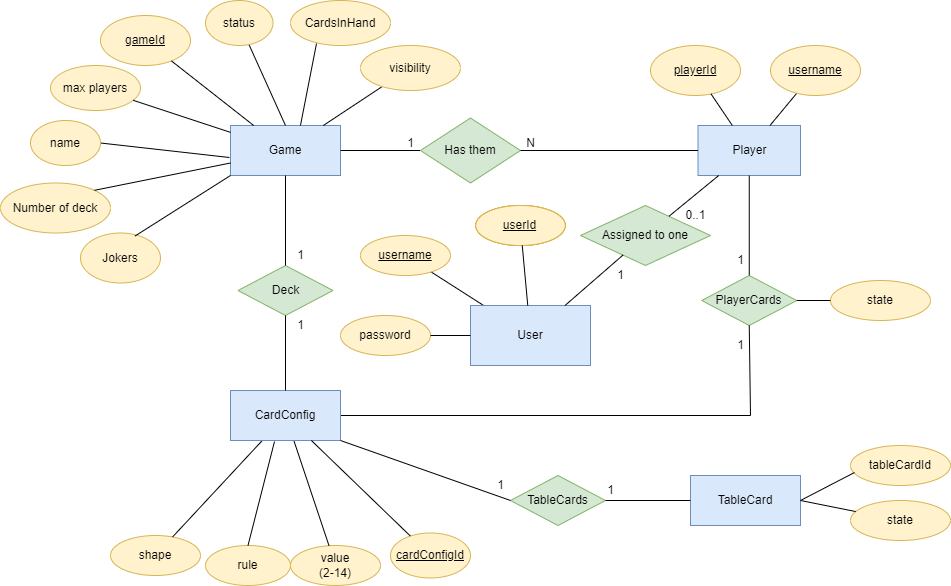
pintertamas/shed-backend keeps this draw.io diagram as docs/data_model_4.png. Above is the earlier version. Source tidied: cells renumbered, new cells last; positions are measured from the earlier drawing's top-left corner, leaving out a move shared by most shapes.
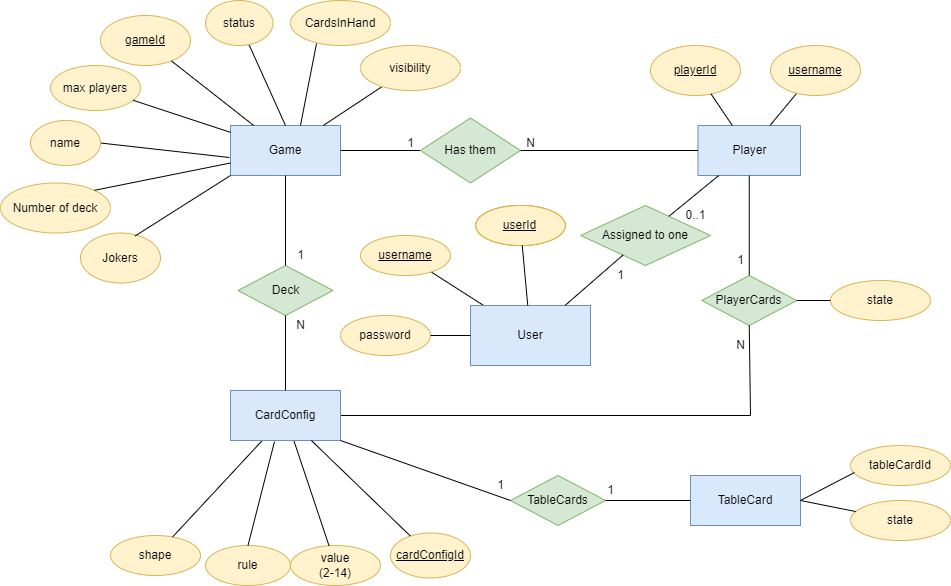
The same diagram one commit later.

Change to the diagram source:
```diff
@@ -102,7 +102,7 @@
     <mxCell id="33" value="1" style="text;html=1;align=center;verticalAlign=middle;strokeColor=none;fillColor=none;" parent="1" vertex="1">
       <mxGeometry x="730" y="250" width="20" height="20" as="geometry" />
     </mxCell>
-    <mxCell id="34" value="1" style="text;html=1;align=center;verticalAlign=middle;strokeColor=none;fillColor=none;" parent="1" vertex="1">
+    <mxCell id="34" value="N" style="text;html=1;align=center;verticalAlign=middle;strokeColor=none;fillColor=none;" parent="1" vertex="1">
       <mxGeometry x="730" y="335" width="20" height="20" as="geometry" />
     </mxCell>
     <mxCell id="35" style="endArrow=none;html=1;rounded=0;exitX=0.5;exitY=0;exitDx=0;exitDy=0;" parent="1" edge="1" source="10" target="36">
@@ -189,7 +189,7 @@
     <mxCell id="62" style="endArrow=none;html=1;rounded=0;entryX=0.5;entryY=1;entryDx=0;entryDy=0;" parent="1" edge="1" source="60" target="10">
       <mxGeometry relative="1" as="geometry" />
     </mxCell>
-    <mxCell id="63" value="1" style="text;html=1;align=center;verticalAlign=middle;strokeColor=none;fillColor=none;" parent="1" vertex="1">
+    <mxCell id="63" value="N" style="text;html=1;align=center;verticalAlign=middle;strokeColor=none;fillColor=none;" parent="1" vertex="1">
       <mxGeometry x="290" y="315" width="20" height="20" as="geometry" />
     </mxCell>
     <mxCell id="64" value="1" style="text;html=1;align=center;verticalAlign=middle;strokeColor=none;fillColor=none;" parent="1" vertex="1">
```
